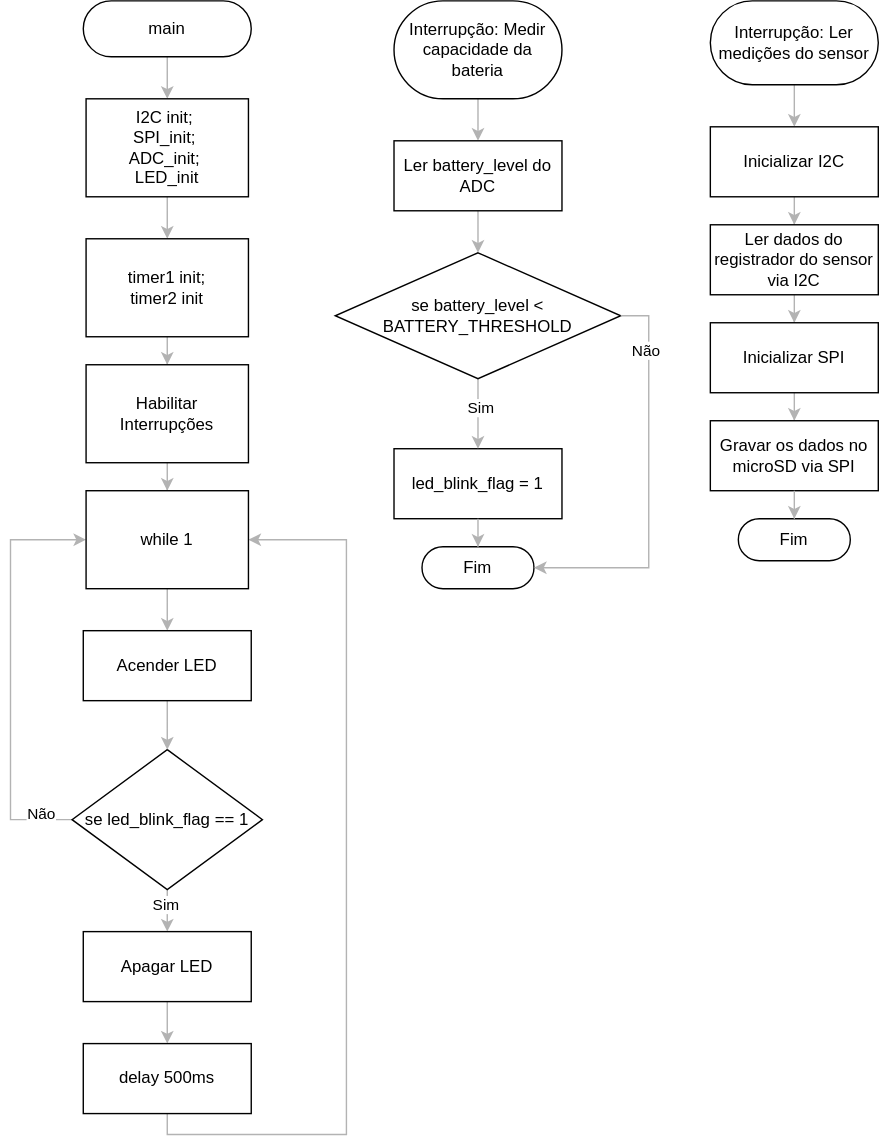
Earlier version of the draw.io export projetos/tennistracker/images/fluxchart_int.svg (teaching-FEEC/ea075-2024.1). Source tidied: cells renumbered, new cells last; positions are measured from the earlier drawing's top-left corner, leaving out a move shared by most shapes.
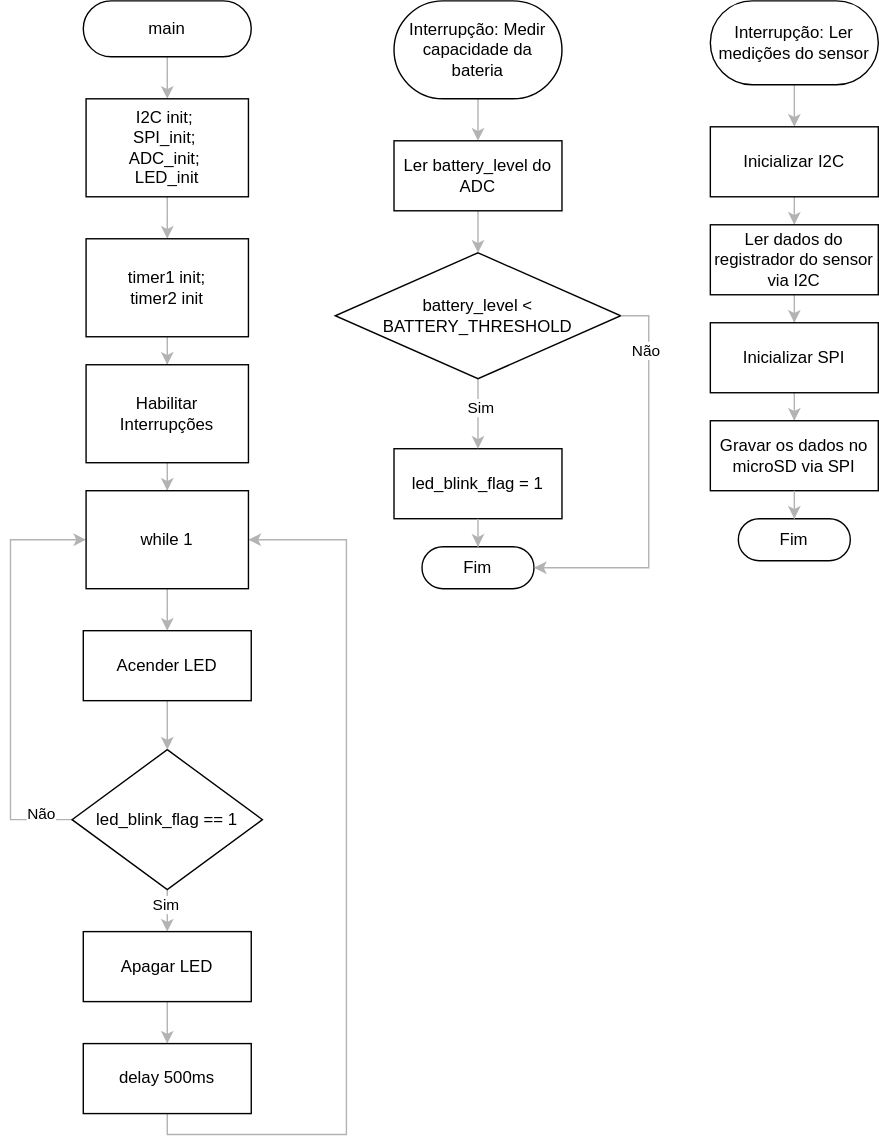
After the commit.

What changed in the source:
```diff
@@ -73,7 +73,7 @@
     <mxCell id="23" value="Não" style="edgeLabel;html=1;align=center;verticalAlign=middle;" parent="22" vertex="1">
       <mxGeometry x="-0.85" y="-4" relative="1" as="geometry" />
     </mxCell>
-    <mxCell id="24" value="se led_blink_flag == 1" style="shape=rhombus;html=1;dashed=0;whiteSpace=wrap;perimeter=rhombusPerimeter;" parent="1" vertex="1">
+    <mxCell id="24" value="led_blink_flag == 1" style="shape=rhombus;html=1;dashed=0;whiteSpace=wrap;perimeter=rhombusPerimeter;" parent="1" vertex="1">
       <mxGeometry x="44" y="535" width="136" height="100" as="geometry" />
     </mxCell>
     <mxCell id="25" style="edgeStyle=orthogonalEdgeStyle;rounded=0;jettySize=auto;html=1;strokeColor=#B3B3B3;" parent="1" edge="1" source="26" target="28">
@@ -136,7 +136,7 @@
     <mxCell id="42" value="Sim" style="edgeLabel;html=1;align=center;verticalAlign=middle;" parent="41" vertex="1">
       <mxGeometry x="-0.18" y="2" relative="1" as="geometry" />
     </mxCell>
-    <mxCell id="43" value="se battery_level &amp;lt; BATTERY_THRESHOLD" style="shape=rhombus;html=1;dashed=0;whiteSpace=wrap;perimeter=rhombusPerimeter;" parent="1" vertex="1">
+    <mxCell id="43" value="battery_level &amp;lt; BATTERY_THRESHOLD" style="shape=rhombus;html=1;dashed=0;whiteSpace=wrap;perimeter=rhombusPerimeter;" parent="1" vertex="1">
       <mxGeometry x="232" y="180" width="204" height="90" as="geometry" />
     </mxCell>
     <mxCell id="44" style="edgeStyle=orthogonalEdgeStyle;rounded=0;jettySize=auto;html=1;entryX=1;entryY=0.5;entryDx=0;entryDy=0;entryPerimeter=0;strokeColor=#B3B3B3;" parent="1" edge="1" source="43" target="7">
```
